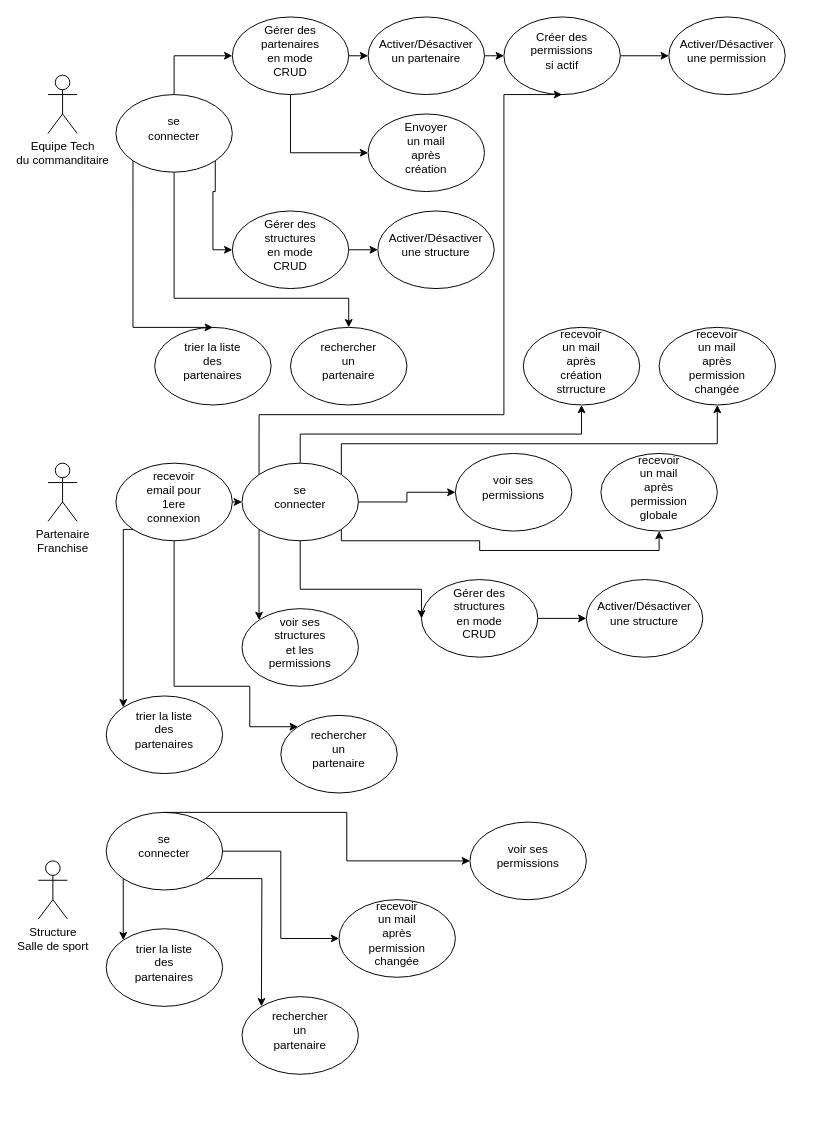
Earlier version of the draw.io diagram PlanetBody/fonctionnalités.drawio (cyrisa02/diagrammes-UML). Source tidied: cells renumbered, new cells numbered last; positions are measured from the earlier drawing's top-left corner, leaving out a move shared by most shapes. Both pictures are drawn from the tidied source at 97%, with x=0, y=0 at pixel (38, 16).
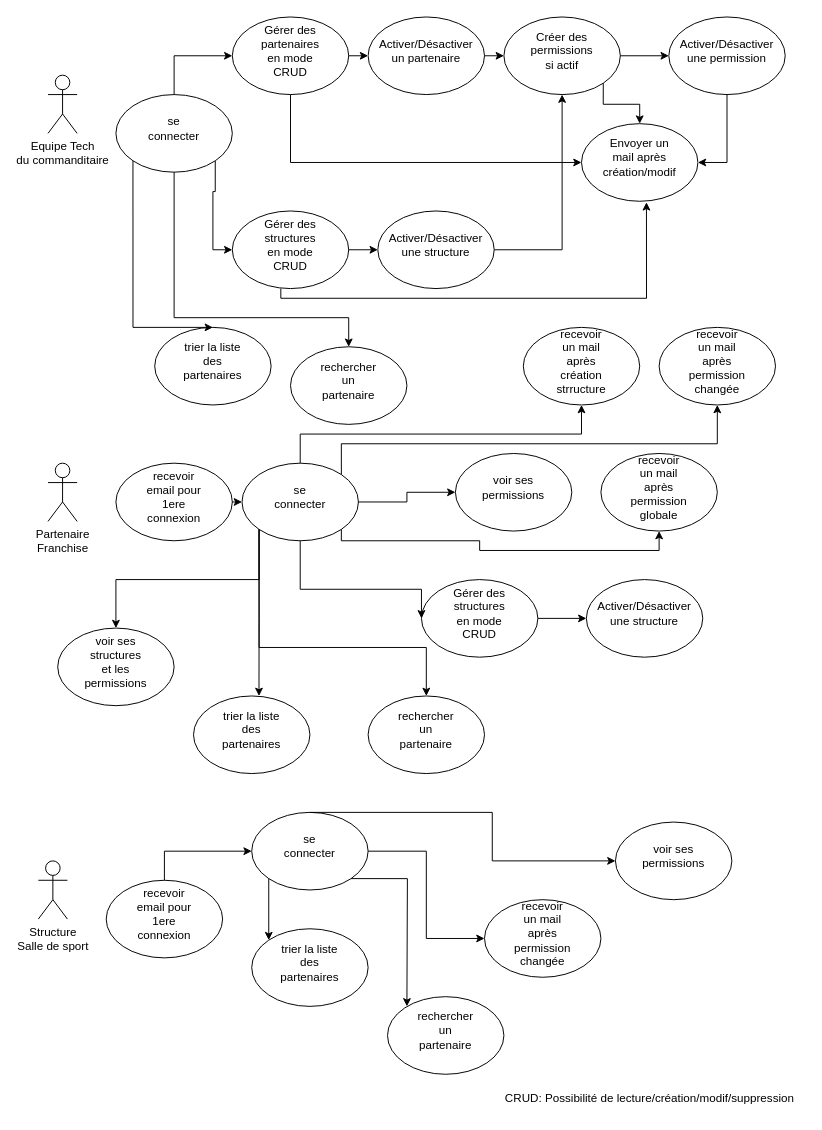
After the change.

Commit message:
Mettre à jour fonctionnalités.drawio

The change refers to these unchanged cells:
```xml
<mxCell id="4" style="ellipse;whiteSpace=wrap;html=1;" parent="3" vertex="1">
  <mxGeometry width="120" height="80" as="geometry" />
</mxCell>
<mxCell id="16" style="ellipse;whiteSpace=wrap;html=1;" parent="15" vertex="1">
  <mxGeometry width="120" height="80" as="geometry" />
</mxCell>
<mxCell id="19" style="ellipse;whiteSpace=wrap;html=1;" parent="18" vertex="1">
  <mxGeometry width="120" height="80" as="geometry" />
</mxCell>
<mxCell id="22" style="ellipse;whiteSpace=wrap;html=1;" parent="21" vertex="1">
  <mxGeometry width="120" height="80" as="geometry" />
</mxCell>
<mxCell id="25" style="ellipse;whiteSpace=wrap;html=1;" parent="24" vertex="1">
  <mxGeometry width="120" height="80" as="geometry" />
</mxCell>
<mxCell id="28" style="ellipse;whiteSpace=wrap;html=1;" parent="27" vertex="1">
  <mxGeometry width="120" height="80" as="geometry" />
</mxCell>
<mxCell id="44" style="ellipse;whiteSpace=wrap;html=1;" parent="43" vertex="1">
  <mxGeometry width="120" height="80" as="geometry" />
</mxCell>
<mxCell id="47" style="ellipse;whiteSpace=wrap;html=1;" parent="46" vertex="1">
  <mxGeometry width="120" height="80" as="geometry" />
</mxCell>
<mxCell id="53" style="ellipse;whiteSpace=wrap;html=1;" parent="52" vertex="1">
  <mxGeometry width="120" height="80" as="geometry" />
</mxCell>
<mxCell id="72" style="ellipse;whiteSpace=wrap;html=1;" parent="71" vertex="1">
  <mxGeometry width="120" height="80" as="geometry" />
</mxCell>
<mxCell id="75" style="ellipse;whiteSpace=wrap;html=1;" parent="74" vertex="1">
  <mxGeometry width="120" height="80" as="geometry" />
</mxCell>
<mxCell id="89" style="ellipse;whiteSpace=wrap;html=1;" parent="88" vertex="1">
  <mxGeometry width="120" height="80" as="geometry" />
</mxCell>
<mxCell id="92" style="ellipse;whiteSpace=wrap;html=1;" parent="91" vertex="1">
  <mxGeometry width="120" height="80" as="geometry" />
</mxCell>
```

What changed in the source:
```diff
@@
     <mxCell id="24" style="group;" parent="1" vertex="1">
-      <mxGeometry x="340" y="100" width="120" height="80" as="geometry" />
+      <mxGeometry x="560" y="110" width="120" height="80" as="geometry" />
     </mxCell>
@@
-    <mxCell id="26" value="Envoyer un mail après création" style="text;html=1;strokeColor=none;fillColor=none;align=center;verticalAlign=middle;whiteSpace=wrap;rounded=0;" parent="24" vertex="1">
+    <mxCell id="26" value="Envoyer un mail après création/modif" style="text;html=1;strokeColor=none;fillColor=none;align=center;verticalAlign=middle;whiteSpace=wrap;rounded=0;" parent="24" vertex="1">
       <mxGeometry x="30" y="20" width="60" height="30" as="geometry" />
     </mxCell>
     <mxCell id="27" style="group;" parent="1" vertex="1">
-      <mxGeometry x="260" y="320" width="120" height="80" as="geometry" />
+      <mxGeometry x="260" y="340" width="120" height="80" as="geometry" />
     </mxCell>
@@
     <mxCell id="34" style="edgeStyle=orthogonalEdgeStyle;rounded=0;jettySize=auto;html=1;exitX=0.5;exitY=1;exitDx=0;exitDy=0;entryX=0.5;entryY=0;entryDx=0;entryDy=0;" parent="1" edge="1" source="4" target="28">
       <mxGeometry relative="1" as="geometry">
         <Array as="points">
-          <mxPoint x="140" y="290" />
-          <mxPoint x="320" y="290" />
+          <mxPoint x="140" y="310" />
+          <mxPoint x="320" y="310" />
         </Array>
       </mxGeometry>
     </mxCell>
@@
     <mxCell id="52" style="group;" parent="1" vertex="1">
-      <mxGeometry x="210" y="610" width="120" height="80" as="geometry" />
+      <mxGeometry x="20" y="630" width="120" height="80" as="geometry" />
     </mxCell>
@@
     <mxCell id="71" style="group;" parent="1" vertex="1">
-      <mxGeometry x="250" y="720" width="120" height="80" as="geometry" />
+      <mxGeometry x="340" y="700" width="120" height="80" as="geometry" />
     </mxCell>
@@
     <mxCell id="74" style="group;" parent="1" vertex="1">
-      <mxGeometry x="70" y="700" width="120" height="80" as="geometry" />
+      <mxGeometry x="160" y="700" width="120" height="80" as="geometry" />
     </mxCell>
@@
-    <mxCell id="79" style="edgeStyle=orthogonalEdgeStyle;rounded=0;jettySize=auto;html=1;exitX=0;exitY=1;exitDx=0;exitDy=0;entryX=0;entryY=0;entryDx=0;entryDy=0;" parent="1" edge="1" source="44" target="53">
-      <mxGeometry relative="1" as="geometry" />
+    <mxCell id="79" style="edgeStyle=orthogonalEdgeStyle;rounded=0;jettySize=auto;html=1;exitX=0;exitY=1;exitDx=0;exitDy=0;entryX=0.5;entryY=0;entryDx=0;entryDy=0;" parent="1" edge="1" source="44" target="53">
+      <mxGeometry relative="1" as="geometry">
+        <Array as="points">
+          <mxPoint x="228" y="580" />
+          <mxPoint x="80" y="580" />
+        </Array>
+      </mxGeometry>
     </mxCell>
@@
-    <mxCell id="84" style="edgeStyle=orthogonalEdgeStyle;rounded=0;jettySize=auto;html=1;exitX=0;exitY=0;exitDx=0;exitDy=0;entryX=0.5;entryY=1;entryDx=0;entryDy=0;" parent="1" edge="1" source="44" target="19">
-      <mxGeometry relative="1" as="geometry">
-        <Array as="points">
-          <mxPoint x="228" y="410" />
-          <mxPoint x="480" y="410" />
-          <mxPoint x="480" y="80" />
-        </Array>
-      </mxGeometry>
-    </mxCell>
-    <mxCell id="85" style="edgeStyle=orthogonalEdgeStyle;rounded=0;jettySize=auto;html=1;exitX=0;exitY=1;exitDx=0;exitDy=0;entryX=0;entryY=0;entryDx=0;entryDy=0;" parent="1" edge="1" source="47" target="75">
-      <mxGeometry relative="1" as="geometry">
-        <Array as="points">
-          <mxPoint x="88" y="528" />
-        </Array>
-      </mxGeometry>
-    </mxCell>
-    <mxCell id="86" style="edgeStyle=orthogonalEdgeStyle;rounded=0;jettySize=auto;html=1;exitX=0.5;exitY=1;exitDx=0;exitDy=0;entryX=0;entryY=0;entryDx=0;entryDy=0;" parent="1" edge="1" source="47" target="72">
-      <mxGeometry relative="1" as="geometry">
-        <Array as="points">
-          <mxPoint x="140" y="690" />
-          <mxPoint x="218" y="690" />
-        </Array>
-      </mxGeometry>
-    </mxCell>
@@
     <mxCell id="88" style="group;" parent="1" vertex="1">
-      <mxGeometry x="70" y="820" width="120" height="80" as="geometry" />
+      <mxGeometry x="220" y="820" width="120" height="80" as="geometry" />
     </mxCell>
@@
     <mxCell id="91" style="group;" parent="1" vertex="1">
-      <mxGeometry x="445" y="830" width="120" height="80" as="geometry" />
+      <mxGeometry x="595" y="830" width="120" height="80" as="geometry" />
     </mxCell>
@@
     <mxCell id="94" style="group;" parent="1" vertex="1">
-      <mxGeometry x="310" y="910" width="120" height="80" as="geometry" />
+      <mxGeometry x="460" y="910" width="120" height="80" as="geometry" />
     </mxCell>
@@
     <mxCell id="97" style="group;" parent="1" vertex="1">
-      <mxGeometry x="70" y="940" width="120" height="80" as="geometry" />
+      <mxGeometry x="220" y="940" width="120" height="80" as="geometry" />
     </mxCell>
@@
     <mxCell id="100" style="group;" parent="1" vertex="1">
-      <mxGeometry x="210" y="1010" width="120" height="80" as="geometry" />
+      <mxGeometry x="360" y="1010" width="120" height="80" as="geometry" />
     </mxCell>
@@
     <mxCell id="104" style="edgeStyle=orthogonalEdgeStyle;rounded=0;jettySize=auto;html=1;exitX=1;exitY=1;exitDx=0;exitDy=0;" parent="1" edge="1" source="89">
       <mxGeometry relative="1" as="geometry">
-        <mxPoint x="230" y="1020" as="targetPoint" />
+        <mxPoint x="380" y="1020" as="targetPoint" />
       </mxGeometry>
     </mxCell>
     <mxCell id="105" style="edgeStyle=orthogonalEdgeStyle;rounded=0;jettySize=auto;html=1;exitX=0.5;exitY=0;exitDx=0;exitDy=0;" parent="1" edge="1" source="89" target="92">
       <mxGeometry relative="1" as="geometry">
         <Array as="points">
-          <mxPoint x="318" y="820" />
-          <mxPoint x="318" y="870" />
+          <mxPoint x="468" y="820" />
+          <mxPoint x="468" y="870" />
         </Array>
       </mxGeometry>
     </mxCell>
@@
+    <mxCell id="107" style="edgeStyle=orthogonalEdgeStyle;rounded=0;jettySize=auto;html=1;exitX=1;exitY=0.5;exitDx=0;exitDy=0;entryX=0.5;entryY=1;entryDx=0;entryDy=0;" parent="1" edge="1" source="16" target="19">
+      <mxGeometry relative="1" as="geometry" />
+    </mxCell>
+    <mxCell id="108" style="edgeStyle=orthogonalEdgeStyle;rounded=0;jettySize=auto;html=1;entryX=0.558;entryY=1.013;entryDx=0;entryDy=0;entryPerimeter=0;" parent="1" edge="1" target="25">
+      <mxGeometry relative="1" as="geometry">
+        <mxPoint x="250" y="280" as="sourcePoint" />
+        <Array as="points">
+          <mxPoint x="250" y="290" />
+          <mxPoint x="627" y="290" />
+        </Array>
+      </mxGeometry>
+    </mxCell>
+    <mxCell id="109" style="edgeStyle=orthogonalEdgeStyle;rounded=0;jettySize=auto;html=1;exitX=1;exitY=1;exitDx=0;exitDy=0;entryX=0.5;entryY=0;entryDx=0;entryDy=0;" parent="1" edge="1" source="19" target="25">
+      <mxGeometry relative="1" as="geometry">
+        <Array as="points">
+          <mxPoint x="582" y="90" />
+          <mxPoint x="620" y="90" />
+        </Array>
+      </mxGeometry>
+    </mxCell>
+    <mxCell id="110" style="edgeStyle=orthogonalEdgeStyle;rounded=0;jettySize=auto;html=1;exitX=0.5;exitY=1;exitDx=0;exitDy=0;entryX=1;entryY=0.5;entryDx=0;entryDy=0;" parent="1" edge="1" source="22" target="25">
+      <mxGeometry relative="1" as="geometry" />
+    </mxCell>
+    <mxCell id="111" value="CRUD: Possibilité de lecture/création/modif/suppression" style="text;html=1;align=center;verticalAlign=middle;fillColor=none;strokeColor=none;rounded=0;" parent="1" vertex="1">
+      <mxGeometry x="470" y="1100" width="320" height="30" as="geometry" />
+    </mxCell>
+    <mxCell id="112" style="group;" parent="1" vertex="1">
+      <mxGeometry x="70" y="890" width="120" height="80" as="geometry" />
+    </mxCell>
+    <mxCell id="113" style="ellipse;whiteSpace=wrap;html=1;" parent="112" vertex="1">
+      <mxGeometry width="120" height="80" as="geometry" />
+    </mxCell>
+    <mxCell id="114" value="recevoir email pour 1ere connexion" style="text;html=1;strokeColor=none;fillColor=none;align=center;verticalAlign=middle;whiteSpace=wrap;rounded=0;" parent="112" vertex="1">
+      <mxGeometry x="30" y="20" width="60" height="30" as="geometry" />
+    </mxCell>
+    <mxCell id="115" style="edgeStyle=orthogonalEdgeStyle;rounded=0;jettySize=auto;html=1;exitX=0.5;exitY=0;exitDx=0;exitDy=0;entryX=0;entryY=0.5;entryDx=0;entryDy=0;" parent="1" edge="1" source="113" target="89">
+      <mxGeometry relative="1" as="geometry" />
+    </mxCell>
+    <mxCell id="116" style="edgeStyle=orthogonalEdgeStyle;rounded=0;jettySize=auto;html=1;exitX=0;exitY=1;exitDx=0;exitDy=0;" parent="1" edge="1" source="44">
+      <mxGeometry relative="1" as="geometry">
+        <mxPoint x="227.5" y="700" as="targetPoint" />
+      </mxGeometry>
+    </mxCell>
+    <mxCell id="117" style="edgeStyle=orthogonalEdgeStyle;rounded=0;jettySize=auto;html=1;exitX=0;exitY=1;exitDx=0;exitDy=0;" parent="1" edge="1" source="44" target="72">
+      <mxGeometry relative="1" as="geometry">
+        <Array as="points">
+          <mxPoint x="228" y="650" />
+          <mxPoint x="400" y="650" />
+        </Array>
+      </mxGeometry>
+    </mxCell>
```
